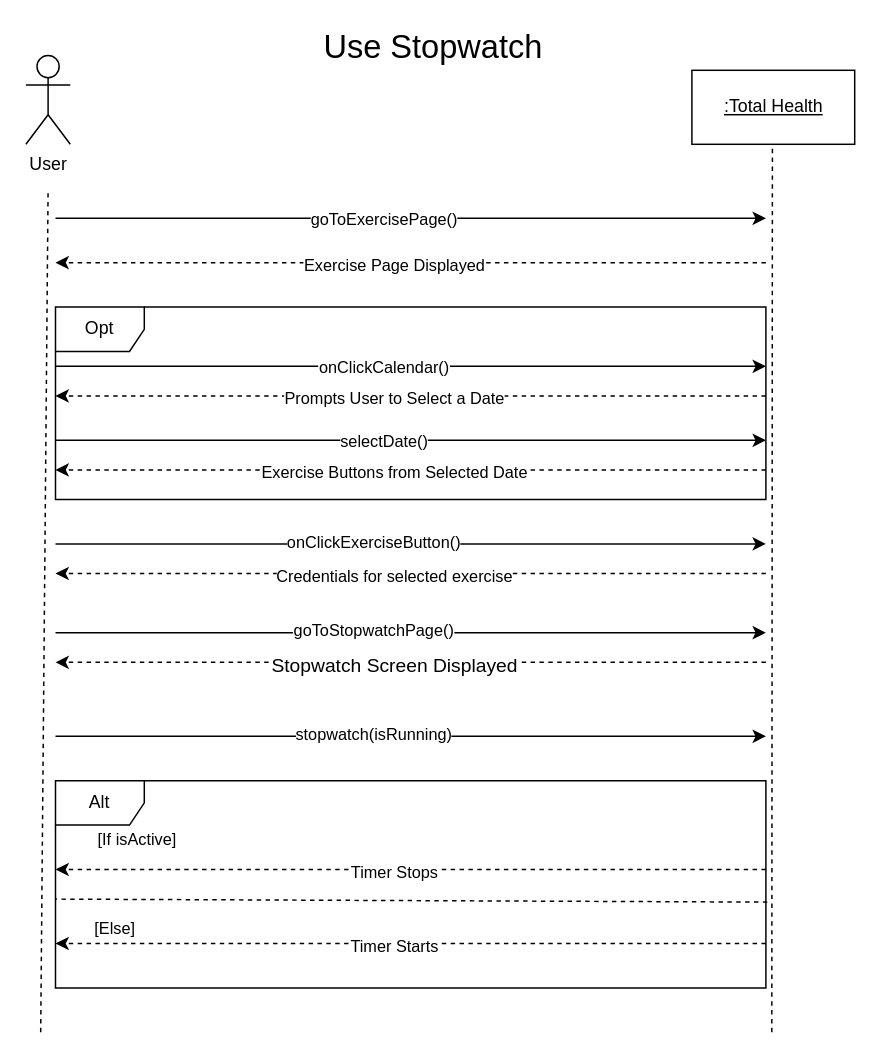
This is SSD - Start Stopwatch.drawio from Esaied19/Team-Albatross, a draw.io file, before an edit. Source tidied: cells renumbered, new cells numbered last; positions are measured from the earlier drawing's top-left corner, leaving out a move shared by most shapes. Both pictures are drawn from the tidied source at 148%, with x=0, y=0 at pixel (25, 25).
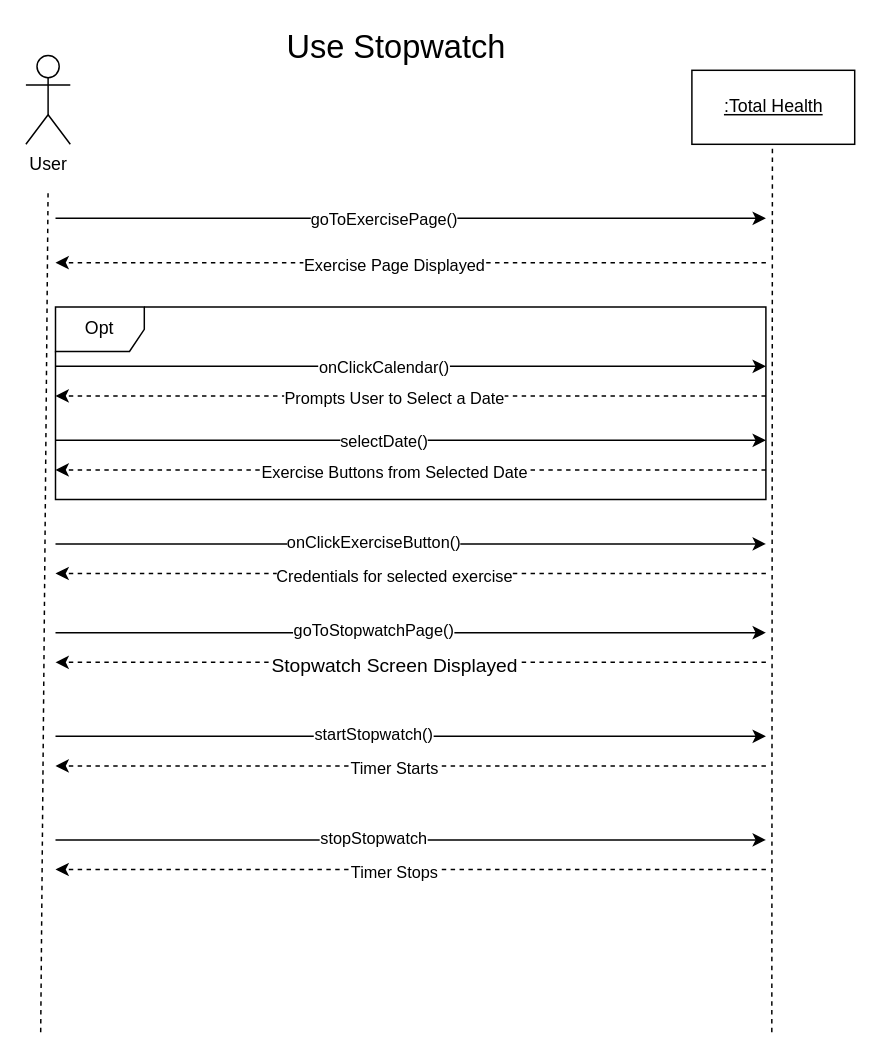
Above is the later version.

Unchanged cells that the change refers to:
```xml
<mxCell id="20" style="endArrow=classic;html=1;rounded=0;" parent="1" edge="1">
  <mxGeometry relative="1" as="geometry">
    <mxPoint x="20" y="480" as="sourcePoint" />
    <mxPoint x="500" y="480" as="targetPoint" />
  </mxGeometry>
</mxCell>
```

Diff of the diagram source:
```diff
@@
-    <mxCell id="2" value="Alt" style="shape=umlFrame;whiteSpace=wrap;html=1;" parent="1" vertex="1">
-      <mxGeometry x="20" y="510" width="480" height="140" as="geometry" />
-    </mxCell>
@@
-    <mxCell id="5" value="&lt;u&gt;:Total Health&lt;br&gt;&lt;/u&gt;" style="html=1;" parent="1" vertex="1">
+    <mxCell id="5" value="&lt;u&gt;:Total Health&lt;/u&gt;&lt;u&gt;&lt;br&gt;&lt;/u&gt;" style="html=1;" parent="1" vertex="1">
       <mxGeometry x="450" y="30" width="110" height="50" as="geometry" />
     </mxCell>
@@
-    <mxCell id="21" value="stopwatch(isRunning)" style="edgeLabel;html=1;align=center;verticalAlign=middle;" parent="20" vertex="1">
+    <mxCell id="21" value="startStopwatch()" style="edgeLabel;html=1;align=center;verticalAlign=middle;" parent="20" vertex="1">
       <mxGeometry x="-0.11" y="2" relative="1" as="geometry" />
     </mxCell>
@@
-    <mxCell id="32" value="[If isActive]" style="text;html=1;align=center;verticalAlign=middle;strokeColor=none;fillColor=none;fontSize=11;" parent="1" vertex="1">
-      <mxGeometry x="40" y="540" width="70" height="20" as="geometry" />
-    </mxCell>
-    <mxCell id="33" value="[Else]" style="text;html=1;align=center;verticalAlign=middle;strokeColor=none;fillColor=none;fontSize=11;" parent="1" vertex="1">
-      <mxGeometry x="40" y="600" width="40" height="20" as="geometry" />
-    </mxCell>
     <mxCell id="34" style="endArrow=classic;html=1;rounded=0;dashed=1;" parent="1" edge="1">
       <mxGeometry relative="1" as="geometry">
-        <mxPoint x="500" y="620" as="sourcePoint" />
-        <mxPoint x="20" y="620" as="targetPoint" />
+        <mxPoint x="500" y="500" as="sourcePoint" />
+        <mxPoint x="20" y="500" as="targetPoint" />
       </mxGeometry>
     </mxCell>
@@
-    <mxCell id="36" style="endArrow=none;html=1;rounded=0;dashed=1;endFill=0;exitX=1.002;exitY=0.586;exitDx=0;exitDy=0;exitPerimeter=0;" parent="1" edge="1" source="2">
-      <mxGeometry relative="1" as="geometry">
-        <mxPoint x="20" y="590" as="targetPoint" />
-      </mxGeometry>
-    </mxCell>
     <mxCell id="37" value="Use Stopwatch" style="text;html=1;align=center;verticalAlign=middle;strokeColor=none;fillColor=none;fontSize=22;" parent="1" vertex="1">
-      <mxGeometry x="195" width="160" height="30" as="geometry" />
+      <mxGeometry x="170" width="160" height="30" as="geometry" />
     </mxCell>
+    <mxCell id="38" style="endArrow=classic;html=1;rounded=0;" parent="1" edge="1">
+      <mxGeometry relative="1" as="geometry">
+        <mxPoint x="20" y="550" as="sourcePoint" />
+        <mxPoint x="500" y="550" as="targetPoint" />
+      </mxGeometry>
+    </mxCell>
+    <mxCell id="39" value="stopStopwatch" style="edgeLabel;html=1;align=center;verticalAlign=middle;" parent="38" vertex="1">
+      <mxGeometry x="-0.11" y="2" relative="1" as="geometry" />
+    </mxCell>
```
